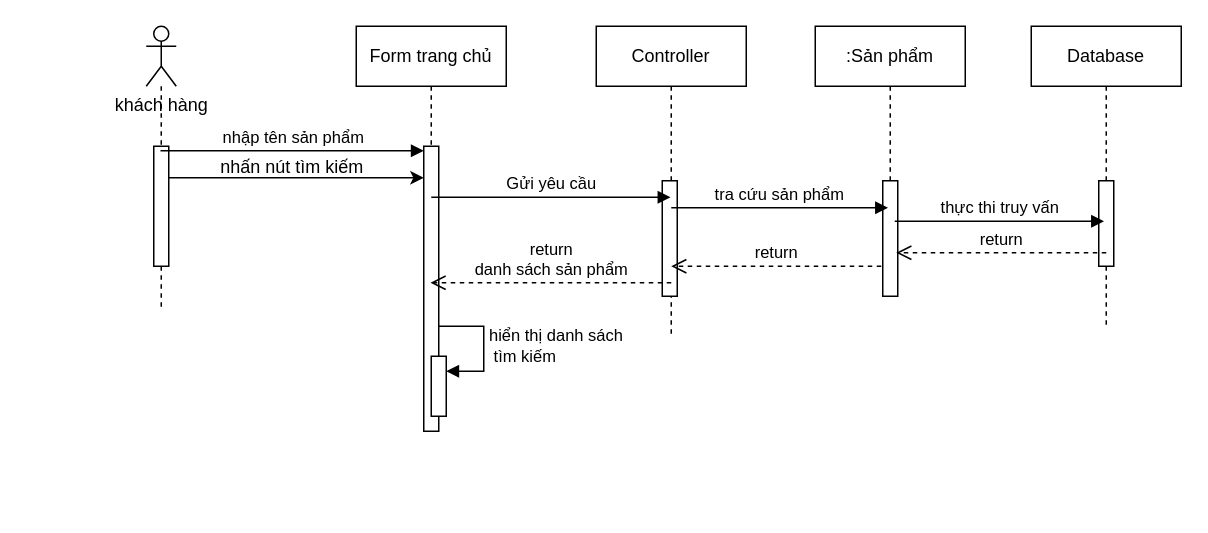
Earlier version of the draw.io diagram User/Sequence/timkiemsp.drawio (dmn-05/PTTK-HTTT). Source tidied: cells renumbered, new cells numbered last; positions are measured from the earlier drawing's top-left corner, leaving out a move shared by most shapes. Both pictures are drawn from the tidied source at 150%, with x=0, y=0 at pixel (93, 26).
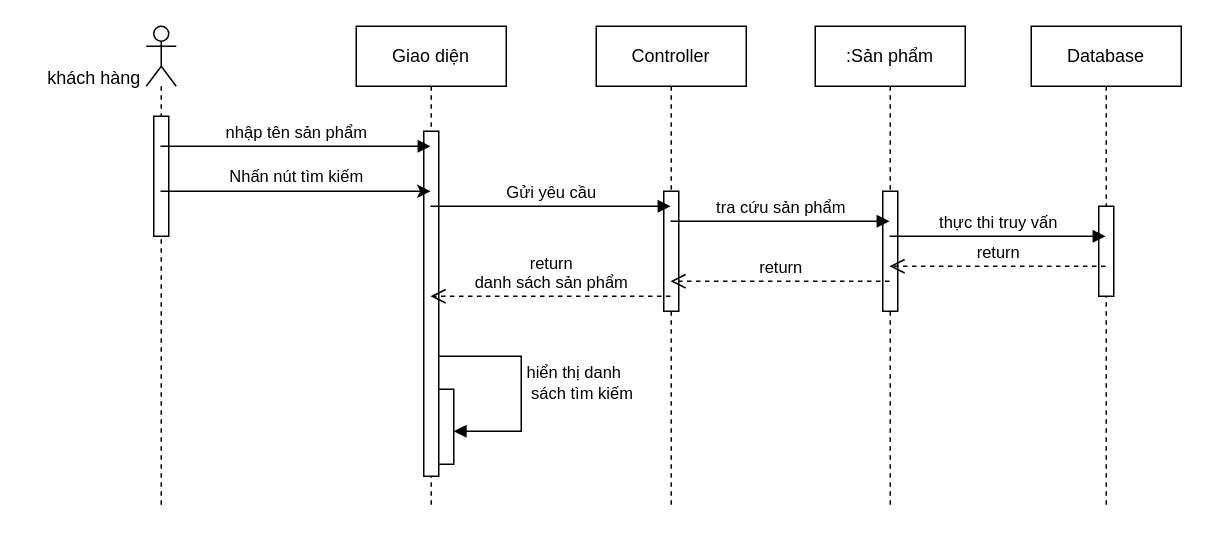
Above is the later version.

Diff of the diagram source:
```diff
@@
     <mxCell id="2" style="shape=umlLifeline;perimeter=lifelinePerimeter;whiteSpace=wrap;html=1;outlineConnect=0;portConstraint=eastwest;newEdgeStyle={&quot;curved&quot;:0,&quot;rounded&quot;:0};participant=umlActor;" parent="1" vertex="1">
-      <mxGeometry x="35" width="20" height="190" as="geometry" />
+      <mxGeometry x="35" width="20" height="320" as="geometry" />
     </mxCell>
-    <mxCell id="3" style="html=1;perimeter=orthogonalPerimeter;targetShapes=umlLifeline;newEdgeStyle={&quot;curved&quot;:0,&quot;rounded&quot;:0};" parent="2" vertex="1">
-      <mxGeometry x="5" y="80" width="10" height="80" as="geometry" />
-    </mxCell>
+    <mxCell id="24" style="html=1;perimeter=orthogonalPerimeter;targetShapes=umlLifeline;newEdgeStyle={&quot;curved&quot;:0,&quot;rounded&quot;:0};" parent="2" vertex="1">
+      <mxGeometry x="5" y="60" width="10" height="80" as="geometry" />
+    </mxCell>
     <mxCell id="4" value="Controller" style="shape=umlLifeline;perimeter=lifelinePerimeter;whiteSpace=wrap;html=1;outlineConnect=0;portConstraint=eastwest;newEdgeStyle={&quot;curved&quot;:0,&quot;rounded&quot;:0};" parent="1" vertex="1">
-      <mxGeometry x="335" width="100" height="205" as="geometry" />
+      <mxGeometry x="335" width="100" height="320" as="geometry" />
     </mxCell>
-    <mxCell id="5" style="html=1;perimeter=orthogonalPerimeter;targetShapes=umlLifeline;newEdgeStyle={&quot;curved&quot;:0,&quot;rounded&quot;:0};" parent="4" vertex="1">
-      <mxGeometry x="44" y="103" width="10" height="77" as="geometry" />
-    </mxCell>
+    <mxCell id="25" style="html=1;perimeter=orthogonalPerimeter;targetShapes=umlLifeline;newEdgeStyle={&quot;curved&quot;:0,&quot;rounded&quot;:0};" parent="4" vertex="1">
+      <mxGeometry x="45" y="110" width="10" height="80" as="geometry" />
+    </mxCell>
-    <mxCell id="6" value="Form trang chủ" style="shape=umlLifeline;perimeter=lifelinePerimeter;whiteSpace=wrap;html=1;outlineConnect=0;portConstraint=eastwest;newEdgeStyle={&quot;curved&quot;:0,&quot;rounded&quot;:0};" parent="1" vertex="1">
-      <mxGeometry x="175" width="100" height="270" as="geometry" />
+    <mxCell id="6" value="Giao diện" style="shape=umlLifeline;perimeter=lifelinePerimeter;whiteSpace=wrap;html=1;outlineConnect=0;portConstraint=eastwest;newEdgeStyle={&quot;curved&quot;:0,&quot;rounded&quot;:0};" parent="1" vertex="1">
+      <mxGeometry x="175" width="100" height="320" as="geometry" />
     </mxCell>
-    <mxCell id="7" style="html=1;perimeter=orthogonalPerimeter;targetShapes=umlLifeline;newEdgeStyle={&quot;curved&quot;:0,&quot;rounded&quot;:0};" parent="6" vertex="1">
-      <mxGeometry x="45" y="80" width="10" height="190" as="geometry" />
-    </mxCell>
-    <mxCell id="8" style="html=1;points=[[0,0,0,0,5],[0,1,0,0,-5],[1,0,0,0,5],[1,1,0,0,-5]];perimeter=orthogonalPerimeter;outlineConnect=0;targetShapes=umlLifeline;portConstraint=eastwest;newEdgeStyle={&quot;curved&quot;:0,&quot;rounded&quot;:0};" parent="6" vertex="1">
-      <mxGeometry x="50" y="220" width="10" height="40" as="geometry" />
-    </mxCell>
-    <mxCell id="9" value="hiển thị danh sách&lt;div&gt;&amp;nbsp;tìm kiếm&lt;/div&gt;" style="html=1;align=left;spacingLeft=2;endArrow=block;rounded=0;edgeStyle=orthogonalEdgeStyle;curved=0;rounded=0;" parent="6" edge="1" target="8">
+    <mxCell id="9" value="hiển thị danh&lt;div&gt;&amp;nbsp;sách&amp;nbsp;&lt;span style=&quot;background-color: light-dark(#ffffff, var(--ge-dark-color, #121212)); color: light-dark(rgb(0, 0, 0), rgb(255, 255, 255));&quot;&gt;tìm kiếm&lt;/span&gt;&lt;/div&gt;" style="html=1;align=left;spacingLeft=2;endArrow=block;rounded=0;edgeStyle=orthogonalEdgeStyle;curved=0;rounded=0;" parent="6" edge="1" source="6" target="27">
       <mxGeometry relative="1" as="geometry">
-        <mxPoint x="55" y="200" as="sourcePoint" />
         <Array as="points">
-          <mxPoint x="85" y="230" />
+          <mxPoint x="110" y="220" />
+          <mxPoint x="110" y="270" />
         </Array>
       </mxGeometry>
     </mxCell>
+    <mxCell id="26" style="html=1;perimeter=orthogonalPerimeter;targetShapes=umlLifeline;newEdgeStyle={&quot;curved&quot;:0,&quot;rounded&quot;:0};" parent="6" vertex="1">
+      <mxGeometry x="45" y="70" width="10" height="230" as="geometry" />
+    </mxCell>
+    <mxCell id="27" style="html=1;points=[[0,0,0,0,5],[0,1,0,0,-5],[1,0,0,0,5],[1,1,0,0,-5]];perimeter=orthogonalPerimeter;outlineConnect=0;targetShapes=umlLifeline;portConstraint=eastwest;newEdgeStyle={&quot;curved&quot;:0,&quot;rounded&quot;:0};" parent="6" vertex="1">
+      <mxGeometry x="55" y="242" width="10" height="50" as="geometry" />
+    </mxCell>
     <mxCell id="10" value=":Sản phẩm" style="shape=umlLifeline;perimeter=lifelinePerimeter;whiteSpace=wrap;html=1;outlineConnect=0;portConstraint=eastwest;newEdgeStyle={&quot;curved&quot;:0,&quot;rounded&quot;:0};" parent="1" vertex="1">
-      <mxGeometry x="481" width="100" height="180" as="geometry" />
+      <mxGeometry x="481" width="100" height="320" as="geometry" />
     </mxCell>
-    <mxCell id="11" style="html=1;perimeter=orthogonalPerimeter;targetShapes=umlLifeline;newEdgeStyle={&quot;curved&quot;:0,&quot;rounded&quot;:0};" parent="10" vertex="1">
-      <mxGeometry x="45" y="103" width="10" height="77" as="geometry" />
-    </mxCell>
+    <mxCell id="28" style="html=1;perimeter=orthogonalPerimeter;targetShapes=umlLifeline;newEdgeStyle={&quot;curved&quot;:0,&quot;rounded&quot;:0};" parent="10" vertex="1">
+      <mxGeometry x="45" y="110" width="10" height="80" as="geometry" />
+    </mxCell>
     <mxCell id="12" value="khách hàng" style="text;html=1;align=center;verticalAlign=middle;strokeColor=none;fillColor=none;" parent="1" vertex="1">
-      <mxGeometry y="38" width="90" height="30" as="geometry" />
+      <mxGeometry x="-45" y="20" width="90" height="30" as="geometry" />
     </mxCell>
-    <mxCell id="13" value="nhập tên sản phẩm" style="html=1;verticalAlign=bottom;endArrow=block;curved=0;rounded=0;entryX=0;entryY=0;entryDx=0;entryDy=5;entryPerimeter=0;" parent="1" edge="1">
+    <mxCell id="13" value="nhập tên sản phẩm" style="html=1;verticalAlign=bottom;endArrow=block;curved=0;rounded=0;" parent="1" edge="1" source="2" target="6">
       <mxGeometry relative="1" as="geometry">
-        <mxPoint x="44.5" y="83" as="sourcePoint" />
-        <mxPoint x="220" y="83" as="targetPoint" />
+        <Array as="points">
+          <mxPoint x="135" y="80" />
+        </Array>
       </mxGeometry>
     </mxCell>
-    <mxCell id="14" value="Gửi yêu cầu" style="html=1;verticalAlign=bottom;endArrow=block;curved=0;rounded=0;" parent="1" edge="1">
+    <mxCell id="14" value="Gửi yêu cầu" style="html=1;verticalAlign=bottom;endArrow=block;curved=0;rounded=0;" parent="1" edge="1" source="6" target="4">
       <mxGeometry relative="1" as="geometry">
-        <mxPoint x="225" y="114" as="sourcePoint" />
-        <mxPoint x="384.5" y="114" as="targetPoint" />
+        <Array as="points">
+          <mxPoint x="305" y="120" />
+        </Array>
       </mxGeometry>
     </mxCell>
-    <mxCell id="15" value="tra cứu sản phẩm" style="html=1;verticalAlign=bottom;endArrow=block;curved=0;rounded=0;" parent="1" edge="1">
+    <mxCell id="15" value="tra cứu sản phẩm" style="html=1;verticalAlign=bottom;endArrow=block;curved=0;rounded=0;" parent="1" edge="1" source="4" target="10">
       <mxGeometry relative="1" as="geometry">
-        <mxPoint x="385" y="121" as="sourcePoint" />
-        <mxPoint x="529.5" y="121" as="targetPoint" />
+        <Array as="points">
+          <mxPoint x="465" y="130" />
+        </Array>
       </mxGeometry>
     </mxCell>
-    <mxCell id="16" value="return" style="html=1;verticalAlign=bottom;endArrow=open;dashed=1;endSize=8;curved=0;rounded=0;" parent="1" edge="1">
+    <mxCell id="16" value="return" style="html=1;verticalAlign=bottom;endArrow=open;dashed=1;endSize=8;curved=0;rounded=0;" parent="1" edge="1" source="10" target="4">
       <mxGeometry relative="1" as="geometry">
-        <mxPoint x="525" y="160" as="sourcePoint" />
-        <mxPoint x="385" y="160" as="targetPoint" />
+        <Array as="points">
+          <mxPoint x="455" y="170" />
+        </Array>
       </mxGeometry>
     </mxCell>
-    <mxCell id="17" value="return&lt;div&gt;danh sách sản phẩm&lt;/div&gt;" style="html=1;verticalAlign=bottom;endArrow=open;dashed=1;endSize=8;curved=0;rounded=0;" parent="1" edge="1">
+    <mxCell id="17" value="return&lt;div&gt;danh sách sản phẩm&lt;/div&gt;" style="html=1;verticalAlign=bottom;endArrow=open;dashed=1;endSize=8;curved=0;rounded=0;" parent="1" edge="1" source="4" target="6">
       <mxGeometry relative="1" as="geometry">
-        <mxPoint x="385" y="171" as="sourcePoint" />
-        <mxPoint x="224.5" y="171" as="targetPoint" />
+        <Array as="points">
+          <mxPoint x="305" y="180" />
+        </Array>
       </mxGeometry>
     </mxCell>
-    <mxCell id="18" style="endArrow=classic;html=1;rounded=0;" parent="1" edge="1">
-      <mxGeometry relative="1" as="geometry">
-        <mxPoint x="50" y="101" as="sourcePoint" />
-        <mxPoint x="220" y="101" as="targetPoint" />
+    <mxCell id="18" value="Nhấn nút tìm kiếm" style="endArrow=classic;html=1;rounded=0;" parent="1" edge="1" source="2" target="6">
+      <mxGeometry y="10" relative="1" as="geometry">
+        <Array as="points">
+          <mxPoint x="135" y="110" />
+        </Array>
       </mxGeometry>
     </mxCell>
-    <mxCell id="19" value="nhấn nút tìm kiếm" style="text;html=1;align=center;verticalAlign=middle;strokeColor=none;fillColor=none;" parent="1" vertex="1">
-      <mxGeometry x="72" y="79" width="120" height="30" as="geometry" />
-    </mxCell>
     <mxCell id="20" value="Database" style="shape=umlLifeline;perimeter=lifelinePerimeter;whiteSpace=wrap;html=1;outlineConnect=0;portConstraint=eastwest;newEdgeStyle={&quot;curved&quot;:0,&quot;rounded&quot;:0};" parent="1" vertex="1">
-      <mxGeometry x="625" width="100" height="200" as="geometry" />
+      <mxGeometry x="625" width="100" height="320" as="geometry" />
     </mxCell>
-    <mxCell id="21" style="html=1;perimeter=orthogonalPerimeter;targetShapes=umlLifeline;newEdgeStyle={&quot;curved&quot;:0,&quot;rounded&quot;:0};" parent="20" vertex="1">
-      <mxGeometry x="45" y="103" width="10" height="57" as="geometry" />
-    </mxCell>
+    <mxCell id="29" style="html=1;perimeter=orthogonalPerimeter;targetShapes=umlLifeline;newEdgeStyle={&quot;curved&quot;:0,&quot;rounded&quot;:0};" parent="20" vertex="1">
+      <mxGeometry x="45" y="120" width="10" height="60" as="geometry" />
+    </mxCell>
-    <mxCell id="22" value="thực thi truy vấn" style="html=1;verticalAlign=bottom;endArrow=block;curved=0;rounded=0;" parent="1" edge="1">
+    <mxCell id="22" value="thực thi truy vấn" style="html=1;verticalAlign=bottom;endArrow=block;curved=0;rounded=0;" parent="1" edge="1" source="10" target="20">
       <mxGeometry relative="1" as="geometry">
-        <mxPoint x="534" y="130" as="sourcePoint" />
-        <mxPoint x="673.5" y="130" as="targetPoint" />
+        <Array as="points">
+          <mxPoint x="605" y="140" />
+        </Array>
       </mxGeometry>
     </mxCell>
-    <mxCell id="23" value="return" style="html=1;verticalAlign=bottom;endArrow=open;dashed=1;endSize=8;curved=0;rounded=0;" parent="1" edge="1">
+    <mxCell id="23" value="return" style="html=1;verticalAlign=bottom;endArrow=open;dashed=1;endSize=8;curved=0;rounded=0;" parent="1" edge="1" source="20" target="10">
       <mxGeometry relative="1" as="geometry">
-        <mxPoint x="675" y="151" as="sourcePoint" />
-        <mxPoint x="535" y="151" as="targetPoint" />
+        <Array as="points">
+          <mxPoint x="605" y="160" />
+        </Array>
       </mxGeometry>
     </mxCell>
```
